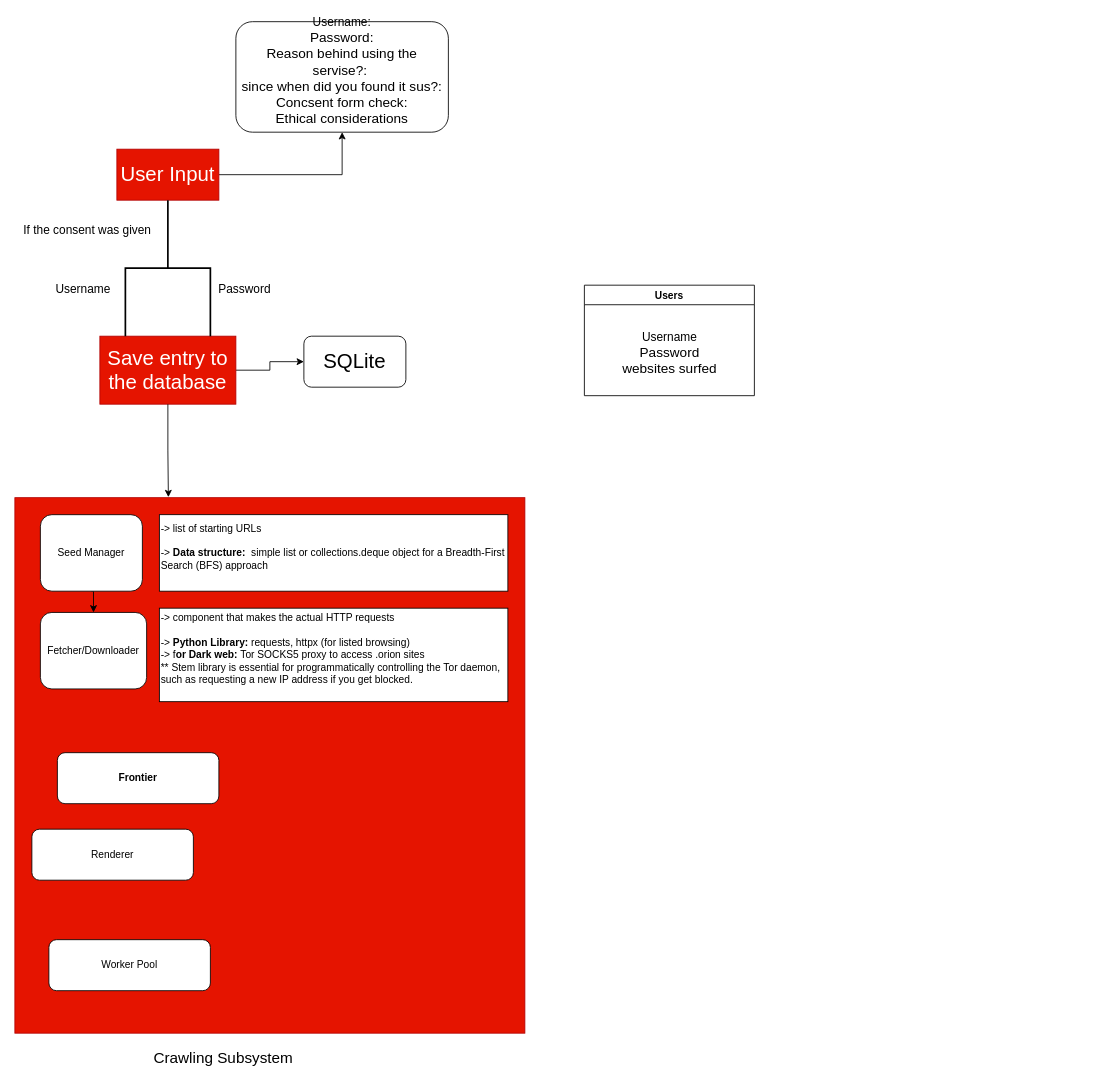
This is system design.drawio from KATHAN-VYAS/CredScan, a draw.io file, before an edit. Source tidied: cells renumbered, new cells numbered last; positions are measured from the earlier drawing's top-left corner, leaving out a move shared by most shapes. Both pictures are drawn from the tidied source at 85%, with x=0, y=0 at pixel (14, 21).
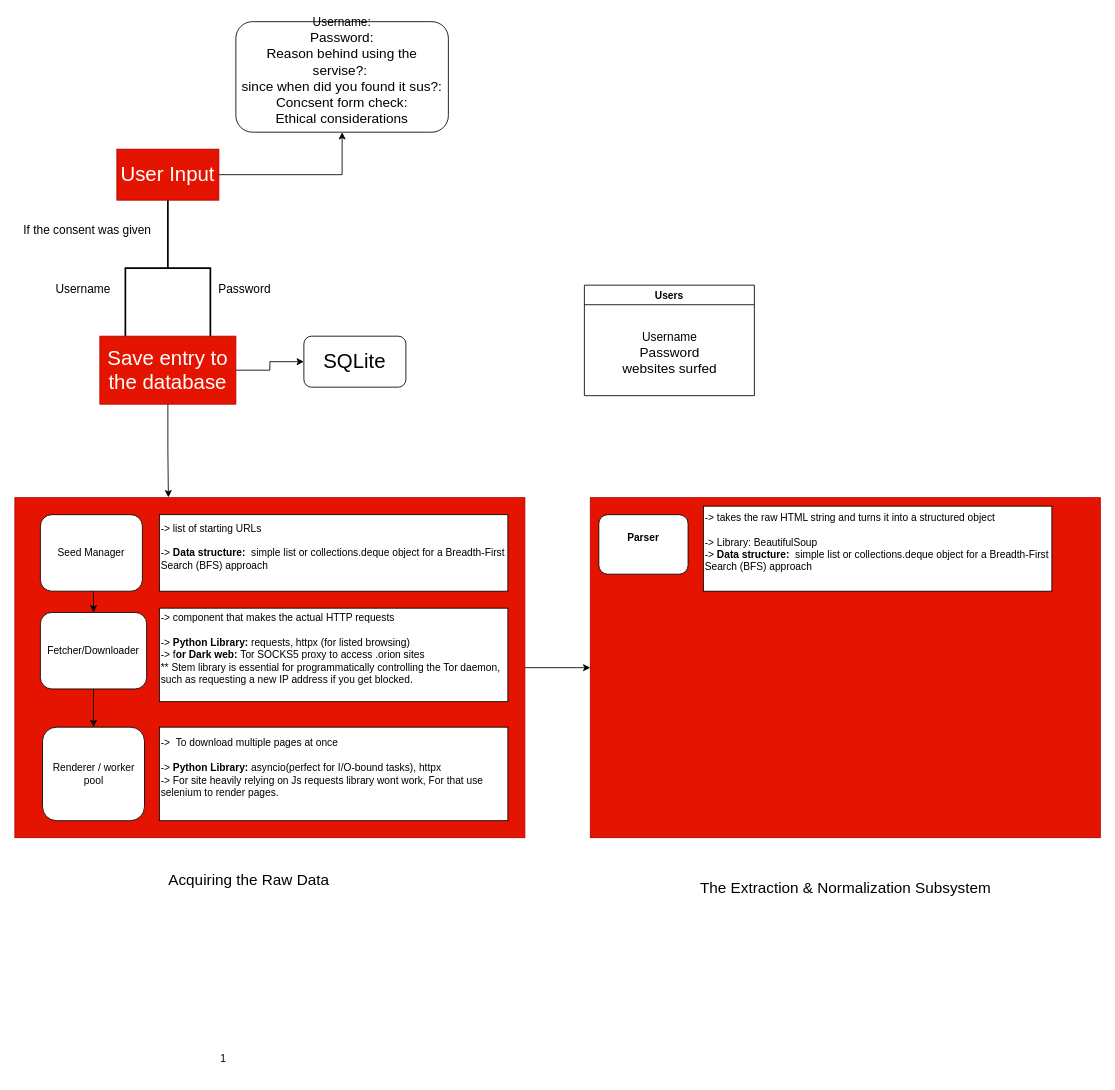
The same diagram, later.

The change refers to these unchanged cells:
```xml
<mxCell id="18" value="Fetcher/Downloader" style="rounded=1;whiteSpace=wrap;html=1;" parent="1" vertex="1">
  <mxGeometry x="30" y="695" width="125" height="90" as="geometry" />
</mxCell>
```

What changed in the source:
```diff
@@
+    <mxCell id="25" style="edgeStyle=orthogonalEdgeStyle;rounded=0;jettySize=auto;html=1;" parent="1" edge="1" source="14" target="29">
+      <mxGeometry relative="1" as="geometry" />
+    </mxCell>
     <mxCell id="14" style="rounded=0;whiteSpace=wrap;html=1;fillColor=#e51400;fontColor=#ffffff;strokeColor=#B20000;" parent="1" vertex="1">
-      <mxGeometry y="560" width="600" height="630" as="geometry" />
+      <mxGeometry y="560" width="600" height="400" as="geometry" />
     </mxCell>
-    <mxCell id="15" value="&lt;font style=&quot;font-size: 18px;&quot;&gt;Crawling Subsystem&lt;/font&gt;" style="text;html=1;align=center;verticalAlign=middle;strokeColor=none;fillColor=none;" parent="1" vertex="1">
-      <mxGeometry x="150" y="1200" width="190" height="40" as="geometry" />
+    <mxCell id="15" value="1" style="text;html=1;align=center;verticalAlign=middle;strokeColor=none;fillColor=none;" parent="1" vertex="1">
+      <mxGeometry x="230" y="1205" width="30" height="30" as="geometry" />
     </mxCell>
@@
+    <mxCell id="26" style="edgeStyle=orthogonalEdgeStyle;rounded=0;jettySize=auto;html=1;exitX=0.5;exitY=1;exitDx=0;exitDy=0;entryX=0.5;entryY=0;entryDx=0;entryDy=0;" parent="1" edge="1" source="18" target="19">
+      <mxGeometry relative="1" as="geometry" />
+    </mxCell>
@@
-    <mxCell id="19" value="&lt;strong&gt;Frontier&lt;/strong&gt;" style="rounded=1;whiteSpace=wrap;html=1;" parent="1" vertex="1">
-      <mxGeometry x="50" y="860" width="190" height="60" as="geometry" />
+    <mxCell id="19" value="&lt;span style=&quot;text-align: start; text-wrap-mode: nowrap; background-color: transparent; font-size: 0px;&quot;&gt;&lt;font face=&quot;monospace&quot;&gt;Wv&lt;/font&gt;&lt;/span&gt;&lt;span style=&quot;color: light-dark(rgb(0, 0, 0), rgb(255, 255, 255)); background-color: transparent;&quot;&gt;Renderer / worker pool&lt;/span&gt;" style="rounded=1;whiteSpace=wrap;html=1;" parent="1" vertex="1">
+      <mxGeometry x="32.5" y="830" width="120" height="110" as="geometry" />
     </mxCell>
-    <mxCell id="20" value="&lt;div style=&quot;text-align: start;&quot;&gt;&lt;span style=&quot;background-color: transparent; font-size: 0px; text-wrap-mode: nowrap;&quot;&gt;&lt;font face=&quot;monospace&quot; color=&quot;rgba(237, 237, 237, 0)&quot;&gt;v&lt;/font&gt;&lt;/span&gt;&lt;span style=&quot;background-color: transparent; color: light-dark(rgb(0, 0, 0), rgb(255, 255, 255)); text-align: center;&quot;&gt;Renderer&lt;/span&gt;&lt;span style=&quot;background-color: transparent; font-size: 0px; text-wrap-mode: nowrap;&quot;&gt;&lt;font face=&quot;monospace&quot; color=&quot;rgba(237, 237, 237, 0)&quot;&gt;&lt;br&gt;&lt;/font&gt;&lt;/span&gt;&lt;/div&gt;" style="rounded=1;whiteSpace=wrap;html=1;" parent="1" vertex="1">
-      <mxGeometry x="20" y="950" width="190" height="60" as="geometry" />
-    </mxCell>
-    <mxCell id="21" value="&lt;div style=&quot;text-align: start;&quot;&gt;&lt;span style=&quot;background-color: transparent; font-size: 0px; text-wrap-mode: nowrap;&quot;&gt;&lt;font face=&quot;monospace&quot; color=&quot;rgba(237, 237, 237, 0)&quot;&gt;&lt;/font&gt;&lt;/span&gt;&lt;span style=&quot;background-color: transparent; color: light-dark(rgb(0, 0, 0), rgb(255, 255, 255)); text-align: center;&quot;&gt;Worker Pool&lt;/span&gt;&lt;/div&gt;" style="rounded=1;whiteSpace=wrap;html=1;" parent="1" vertex="1">
-      <mxGeometry x="40" y="1080" width="190" height="60" as="geometry" />
-    </mxCell>
@@
+    <mxCell id="27" value="&lt;span style=&quot;font-size: 12px;&quot;&gt;-&amp;gt;&amp;nbsp;&amp;nbsp;To download multiple pages at once&lt;/span&gt;&lt;div&gt;&lt;br&gt;&lt;div&gt;&lt;div&gt;-&amp;gt; &lt;b&gt;Python Library:&amp;nbsp;&lt;/b&gt;&lt;span style=&quot;background-color: transparent; font-size: 12px;&quot;&gt;asyncio(&lt;/span&gt;&lt;span style=&quot;background-color: transparent; color: light-dark(rgb(0, 0, 0), rgb(255, 255, 255));&quot;&gt;perfect for I/O-bound tasks&lt;/span&gt;&lt;span style=&quot;background-color: transparent; color: light-dark(rgb(0, 0, 0), rgb(255, 255, 255));&quot;&gt;),&amp;nbsp;&lt;/span&gt;&lt;span style=&quot;background-color: transparent; color: light-dark(rgb(0, 0, 0), rgb(255, 255, 255));&quot;&gt;httpx&lt;/span&gt;&lt;/div&gt;&lt;/div&gt;&lt;div&gt;&lt;span style=&quot;background-color: transparent; color: light-dark(rgb(0, 0, 0), rgb(255, 255, 255));&quot;&gt;-&amp;gt; For site heavily relying on Js requests library wont work, For that use selenium to render pages.&lt;/span&gt;&lt;/div&gt;&lt;div&gt;&lt;br&gt;&lt;/div&gt;&lt;/div&gt;" style="rounded=0;whiteSpace=wrap;html=1;align=left;" parent="1" vertex="1">
+      <mxGeometry x="170" y="830" width="410" height="110" as="geometry" />
+    </mxCell>
+    <mxCell id="28" value="&lt;font style=&quot;font-size: 18px;&quot;&gt;Acquiring the Raw Data&lt;/font&gt;" style="text;html=1;align=center;verticalAlign=middle;strokeColor=none;fillColor=none;" parent="1" vertex="1">
+      <mxGeometry x="170" y="990" width="210" height="40" as="geometry" />
+    </mxCell>
+    <mxCell id="29" style="rounded=0;whiteSpace=wrap;html=1;fillColor=#e51400;fontColor=#ffffff;strokeColor=#B20000;" parent="1" vertex="1">
+      <mxGeometry x="677" y="560" width="600" height="400" as="geometry" />
+    </mxCell>
+    <mxCell id="30" value="&lt;font style=&quot;font-size: 18px;&quot;&gt;The Extraction &amp;amp; Normalization Subsystem&lt;/font&gt;" style="text;html=1;align=center;verticalAlign=middle;strokeColor=none;fillColor=none;" parent="1" vertex="1">
+      <mxGeometry x="792" y="1000" width="370" height="40" as="geometry" />
+    </mxCell>
+    <mxCell id="31" value="&#10;&lt;b&gt;Parser&lt;/b&gt; &#10;&#10;" style="rounded=1;whiteSpace=wrap;html=1;" parent="1" vertex="1">
+      <mxGeometry x="687" y="580" width="105" height="70" as="geometry" />
+    </mxCell>
+    <mxCell id="32" value="&lt;div&gt;-&amp;gt;&amp;nbsp;takes the raw HTML string and turns it into a structured object&lt;/div&gt;&lt;div&gt;&lt;br&gt;&lt;/div&gt;&lt;div&gt;-&amp;gt; Library:&amp;nbsp;BeautifulSoup&amp;nbsp;&lt;/div&gt;&lt;div&gt;&lt;div&gt;-&amp;gt; &lt;b&gt;Data structure:&lt;/b&gt;&amp;nbsp;&amp;nbsp;simple list or collections.deque object for a Breadth-First Search (BFS) approach&lt;/div&gt;&lt;/div&gt;&lt;div&gt;&lt;br&gt;&lt;/div&gt;" style="rounded=0;whiteSpace=wrap;html=1;align=left;" parent="1" vertex="1">
+      <mxGeometry x="810" y="570" width="410" height="100" as="geometry" />
+    </mxCell>
```
